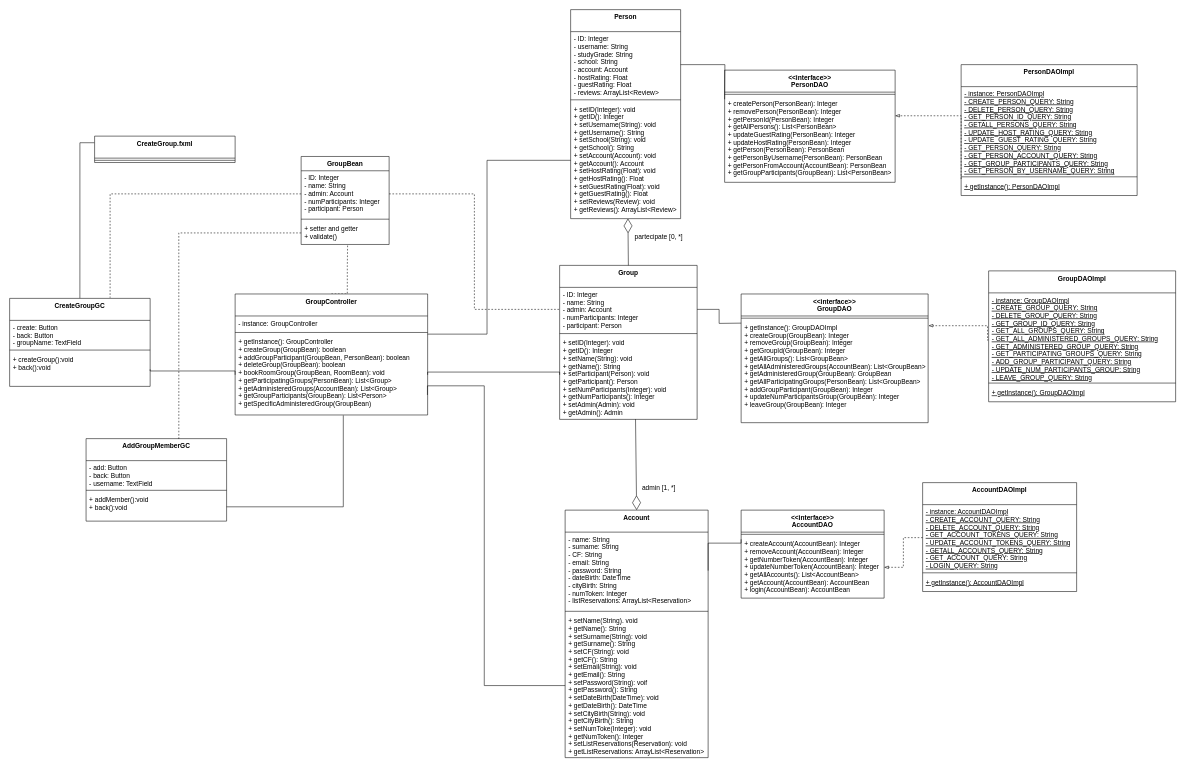
This is Deliverables/Design Level Class Diagram/DLCD Create Study Group Dalena.drawio from nic-agos/DoveStudi, a draw.io file, before an edit. Source tidied: cells renumbered, new cells numbered last; positions are measured from the earlier drawing's top-left corner, leaving out a move shared by most shapes. Both pictures are drawn from the tidied source at 55%, with x=0, y=0 at pixel (9, 9).
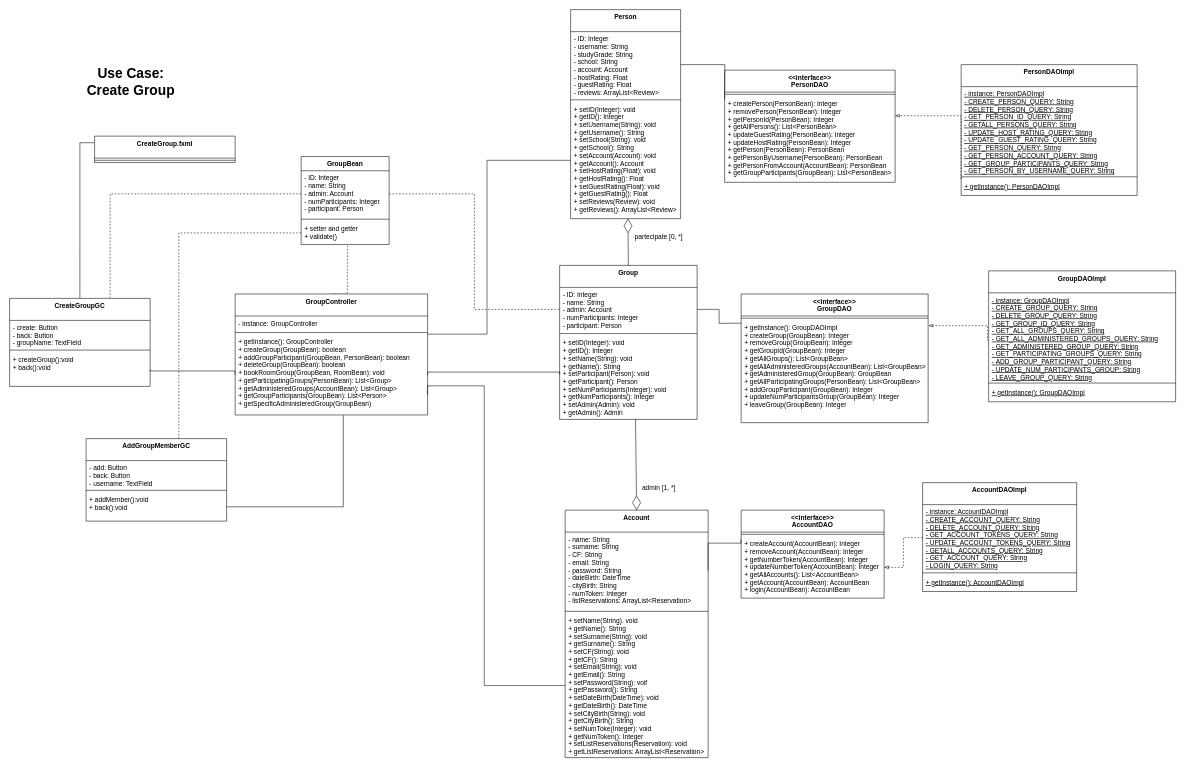
After the change.

Diff of the diagram source:
```diff
@@
+    <mxCell id="73" value="&lt;span style=&quot;font-size: 25px;&quot;&gt;Use Case:&lt;br style=&quot;font-size: 25px;&quot;&gt;Create Group&lt;/span&gt;" style="text;html=1;align=center;verticalAlign=middle;fontSize=25;fontStyle=1;" parent="1" vertex="1">
+      <mxGeometry x="130" y="95" width="180" height="70" as="geometry" />
+    </mxCell>
```
